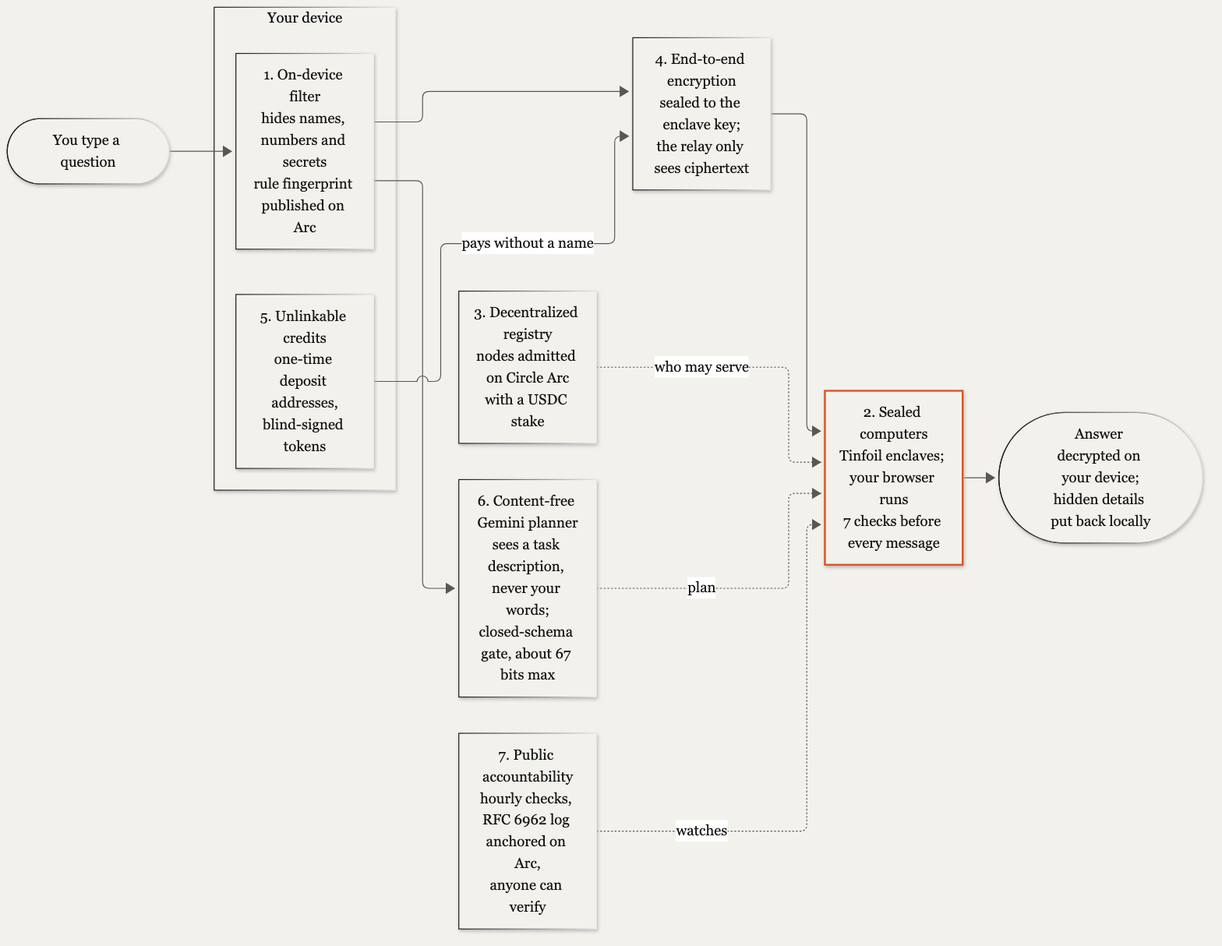
Above: docs/diagrams/00-at-a-glance.png in thepigdestroyer/drouter (Mermaid), before the change. Its source is kept beside it as docs/diagrams/00-at-a-glance.mmd.
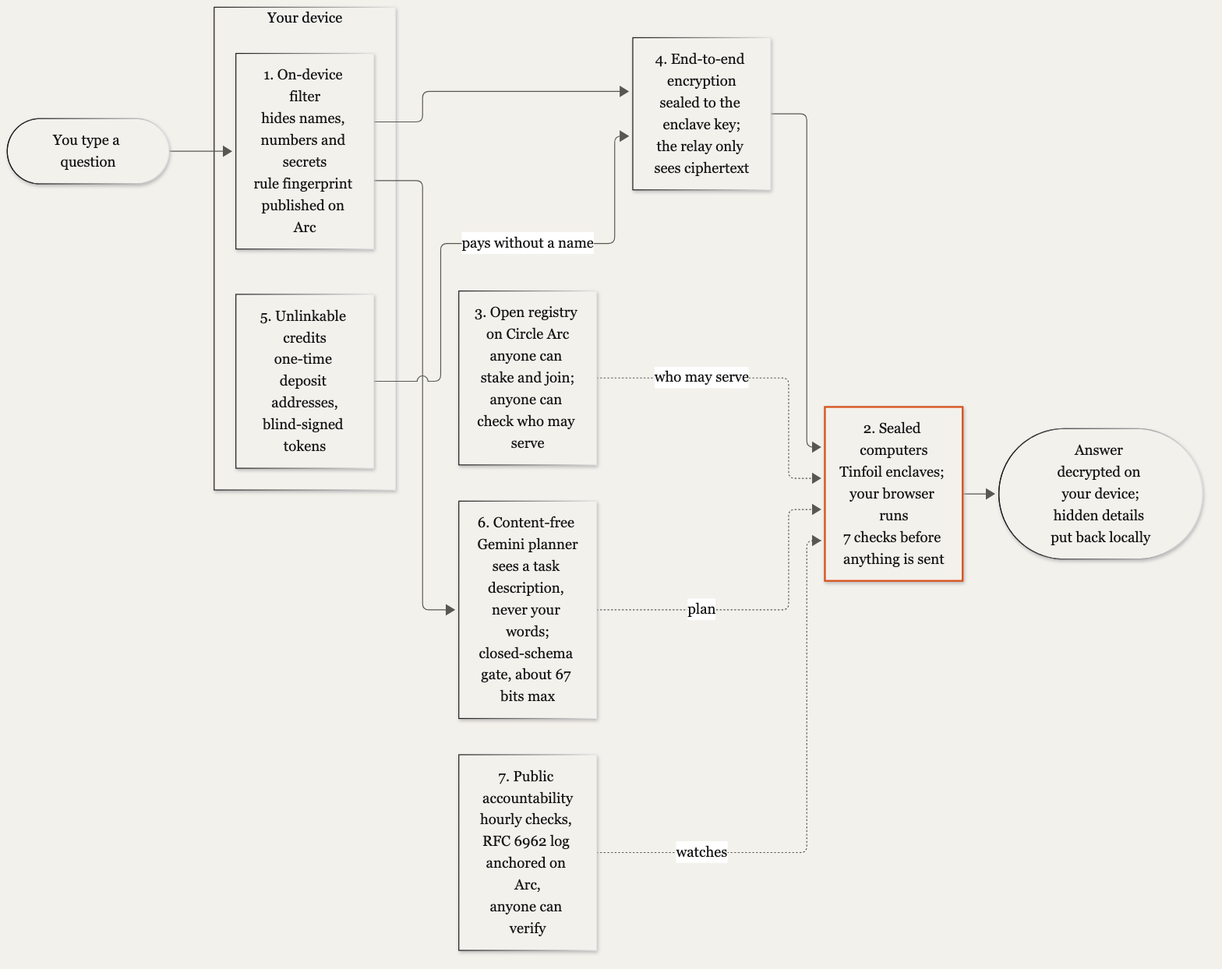
After the commit.

Commit message:
Docs accuracy: seal checks run before anything is sent (per session); the Arc registry is open to anyone who stakes

What changed in the source:
```diff
@@ -9,8 +9,8 @@
 
   B1 --> B4["4. End-to-end encryption<br/>sealed to the enclave key;<br/>the relay only sees ciphertext"]
   B5 -. pays without a name .-> B4
-  B4 --> B2["2. Sealed computers<br/>Tinfoil enclaves; your browser runs<br/>7 checks before every message"]
-  B3["3. Decentralized registry<br/>nodes admitted on Circle Arc<br/>with a USDC stake"] -. who may serve .-> B2
+  B4 --> B2["2. Sealed computers<br/>Tinfoil enclaves; your browser runs<br/>7 checks before anything is sent"]
+  B3["3. Open registry on Circle Arc<br/>anyone can stake and join;<br/>anyone can check who may serve"] -. who may serve .-> B2
   B1 --> B6["6. Content-free Gemini planner<br/>sees a task description, never your words;<br/>closed-schema gate, about 67 bits max"]
   B6 -. plan .-> B2
   B2 --> R(["Answer decrypted on your device;<br/>hidden details put back locally"])
```
